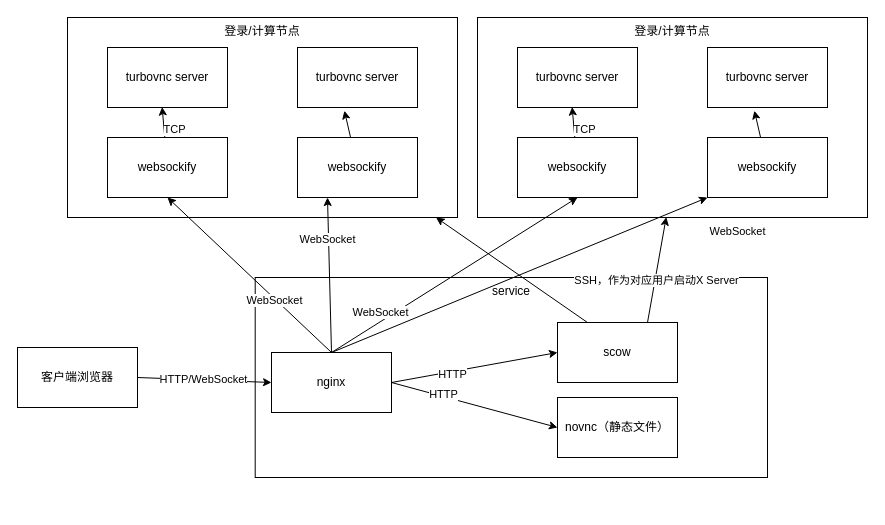
PKUHPC/OpenSCOW keeps this draw.io diagram as docs/diagrams/desktop.dio. Above is the earlier version. Source tidied: cells renumbered, new cells numbered last; positions are measured from the earlier drawing's top-left corner, leaving out a move shared by most shapes. Both pictures are drawn from the tidied source at 100%, with x=0, y=0 at pixel (17, 17).
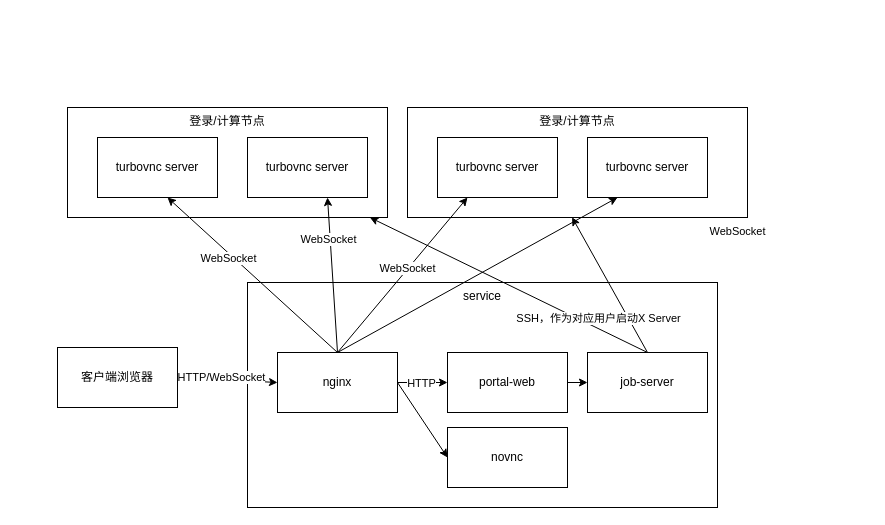
Above is the later version.

The change refers to these unchanged cells:
```xml
<mxCell id="4" style="edgeStyle=none;html=1;exitX=1;exitY=0.5;exitDx=0;exitDy=0;entryX=0;entryY=0.5;entryDx=0;entryDy=0;" parent="1" edge="1" source="6" target="21">
  <mxGeometry relative="1" as="geometry" />
</mxCell>
```

Change to the diagram source:
```diff
@@
     <mxCell id="2" value="service" style="rounded=0;whiteSpace=wrap;html=1;fillColor=none;verticalAlign=top;" parent="1" vertex="1">
-      <mxGeometry x="237.7" y="260" width="512.3" height="200" as="geometry" />
+      <mxGeometry x="230" y="265" width="470" height="225" as="geometry" />
     </mxCell>
     <mxCell id="3" value="登录/计算节点" style="rounded=0;whiteSpace=wrap;html=1;fillColor=none;verticalAlign=top;" parent="1" vertex="1">
-      <mxGeometry x="50" width="390" height="200" as="geometry" />
+      <mxGeometry x="50" y="90" width="320" height="110" as="geometry" />
     </mxCell>
@@
     <mxCell id="5" value="HTTP/WebSocket" style="edgeLabel;html=1;align=center;verticalAlign=middle;" parent="4" vertex="1">
       <mxGeometry x="-0.21" y="-2" relative="1" as="geometry">
-        <mxPoint x="13" y="-2" as="offset" />
+        <mxPoint x="4" y="-4" as="offset" />
       </mxGeometry>
     </mxCell>
     <mxCell id="6" value="客户端浏览器" style="whiteSpace=wrap;html=1;fillColor=none;" parent="1" vertex="1">
-      <mxGeometry y="330" width="120" height="60" as="geometry" />
+      <mxGeometry x="40" y="330" width="120" height="60" as="geometry" />
     </mxCell>
-    <mxCell id="7" style="edgeStyle=none;html=1;entryX=0.455;entryY=0.992;entryDx=0;entryDy=0;entryPerimeter=0;" parent="1" edge="1" source="9" target="22">
-      <mxGeometry relative="1" as="geometry" />
-    </mxCell>
-    <mxCell id="8" value="TCP" style="edgeLabel;html=1;align=center;verticalAlign=middle;" parent="7" vertex="1">
-      <mxGeometry x="-0.29" y="2" relative="1" as="geometry">
-        <mxPoint x="12" y="2" as="offset" />
-      </mxGeometry>
-    </mxCell>
-    <mxCell id="9" value="websockify" style="rounded=0;whiteSpace=wrap;html=1;fillColor=none;" parent="1" vertex="1">
-      <mxGeometry x="90" y="120" width="120" height="60" as="geometry" />
-    </mxCell>
@@
-    <mxCell id="12" style="edgeStyle=none;html=1;exitX=0.5;exitY=0;exitDx=0;exitDy=0;entryX=0.5;entryY=1;entryDx=0;entryDy=0;" parent="1" edge="1" source="21" target="9">
-      <mxGeometry relative="1" as="geometry" />
+    <mxCell id="12" style="edgeStyle=none;html=1;exitX=0.5;exitY=0;exitDx=0;exitDy=0;entryX=0.5;entryY=1;entryDx=0;entryDy=0;" parent="1" edge="1" source="21">
+      <mxGeometry relative="1" as="geometry">
+        <mxPoint x="150" y="180" as="targetPoint" />
+      </mxGeometry>
     </mxCell>
     <mxCell id="13" value="WebSocket" style="edgeLabel;html=1;align=center;verticalAlign=middle;" parent="12" vertex="1">
-      <mxGeometry x="-0.31" y="1" relative="1" as="geometry" />
+      <mxGeometry x="-0.31" y="1" relative="1" as="geometry">
+        <mxPoint x="-50" y="-42" as="offset" />
+      </mxGeometry>
     </mxCell>
-    <mxCell id="14" style="edgeStyle=none;html=1;exitX=0.5;exitY=0;exitDx=0;exitDy=0;entryX=0.5;entryY=1;entryDx=0;entryDy=0;" parent="1" edge="1" source="21" target="34">
+    <mxCell id="14" style="edgeStyle=none;html=1;exitX=0.5;exitY=0;exitDx=0;exitDy=0;entryX=0.25;entryY=1;entryDx=0;entryDy=0;" parent="1" edge="1" source="21" target="36">
       <mxGeometry relative="1" as="geometry" />
     </mxCell>
     <mxCell id="15" value="WebSocket" style="edgeLabel;html=1;align=center;verticalAlign=middle;" parent="14" vertex="1">
       <mxGeometry x="0.15" y="1" relative="1" as="geometry">
-        <mxPoint x="-92" y="49" as="offset" />
+        <mxPoint x="-4" y="5" as="offset" />
       </mxGeometry>
     </mxCell>
-    <mxCell id="16" style="edgeStyle=none;html=1;exitX=1;exitY=0.5;exitDx=0;exitDy=0;entryX=0;entryY=0.5;entryDx=0;entryDy=0;" parent="1" edge="1" source="21" target="27">
-      <mxGeometry relative="1" as="geometry" />
-    </mxCell>
-    <mxCell id="17" value="HTTP" style="edgeLabel;html=1;align=center;verticalAlign=middle;" parent="16" vertex="1">
-      <mxGeometry x="-0.28" y="-2" relative="1" as="geometry" />
-    </mxCell>
-    <mxCell id="18" style="edgeStyle=none;html=1;exitX=0.5;exitY=0;exitDx=0;exitDy=0;entryX=0.25;entryY=1;entryDx=0;entryDy=0;" parent="1" edge="1" source="21" target="30">
-      <mxGeometry relative="1" as="geometry" />
+    <mxCell id="18" style="edgeStyle=none;html=1;exitX=0.5;exitY=0;exitDx=0;exitDy=0;entryX=0.25;entryY=1;entryDx=0;entryDy=0;" parent="1" edge="1" source="21">
+      <mxGeometry relative="1" as="geometry">
+        <mxPoint x="310" y="180" as="targetPoint" />
+      </mxGeometry>
     </mxCell>
@@
-    <mxCell id="20" style="edgeStyle=none;html=1;exitX=0.5;exitY=0;exitDx=0;exitDy=0;entryX=0;entryY=1;entryDx=0;entryDy=0;" parent="1" edge="1" source="21" target="39">
+    <mxCell id="20" style="edgeStyle=none;html=1;exitX=0.5;exitY=0;exitDx=0;exitDy=0;entryX=0.25;entryY=1;entryDx=0;entryDy=0;" parent="1" edge="1" source="21" target="37">
       <mxGeometry relative="1" as="geometry" />
     </mxCell>
+    <mxCell id="40" style="edgeStyle=none;html=1;exitX=1;exitY=0.5;exitDx=0;exitDy=0;entryX=0;entryY=0.5;entryDx=0;entryDy=0;" parent="1" edge="1" source="21" target="43">
+      <mxGeometry relative="1" as="geometry" />
+    </mxCell>
     <mxCell id="21" value="nginx" style="rounded=0;whiteSpace=wrap;html=1;fillColor=none;" parent="1" vertex="1">
-      <mxGeometry x="254" y="335" width="120" height="60" as="geometry" />
+      <mxGeometry x="260" y="335" width="120" height="60" as="geometry" />
     </mxCell>
     <mxCell id="22" value="turbovnc server" style="rounded=0;whiteSpace=wrap;html=1;fillColor=none;" parent="1" vertex="1">
-      <mxGeometry x="90" y="30" width="120" height="60" as="geometry" />
+      <mxGeometry x="80" y="120" width="120" height="60" as="geometry" />
     </mxCell>
+    <mxCell id="41" style="edgeStyle=none;html=1;exitX=1;exitY=0.5;exitDx=0;exitDy=0;entryX=0;entryY=0.5;entryDx=0;entryDy=0;" parent="1" edge="1" source="23" target="42">
+      <mxGeometry relative="1" as="geometry" />
+    </mxCell>
-    <mxCell id="23" value="novnc（静态文件）" style="rounded=0;whiteSpace=wrap;html=1;fillColor=none;" parent="1" vertex="1">
-      <mxGeometry x="540" y="380" width="120" height="60" as="geometry" />
+    <mxCell id="23" value="portal-web" style="rounded=0;whiteSpace=wrap;html=1;fillColor=none;" parent="1" vertex="1">
+      <mxGeometry x="430" y="335" width="120" height="60" as="geometry" />
     </mxCell>
-    <mxCell id="24" style="edgeStyle=none;html=1;exitX=0.25;exitY=0;exitDx=0;exitDy=0;entryX=0.945;entryY=1;entryDx=0;entryDy=0;entryPerimeter=0;" parent="1" edge="1" source="27" target="3">
+    <mxCell id="24" style="edgeStyle=none;html=1;exitX=0.5;exitY=0;exitDx=0;exitDy=0;entryX=0.945;entryY=1;entryDx=0;entryDy=0;entryPerimeter=0;" parent="1" edge="1" source="42" target="3">
       <mxGeometry relative="1" as="geometry" />
     </mxCell>
-    <mxCell id="25" style="edgeStyle=none;html=1;exitX=0.75;exitY=0;exitDx=0;exitDy=0;entryX=0.484;entryY=0.998;entryDx=0;entryDy=0;entryPerimeter=0;" parent="1" edge="1" source="27" target="31">
+    <mxCell id="25" style="edgeStyle=none;html=1;exitX=0.5;exitY=0;exitDx=0;exitDy=0;entryX=0.484;entryY=0.998;entryDx=0;entryDy=0;entryPerimeter=0;" parent="1" edge="1" source="42" target="31">
       <mxGeometry relative="1" as="geometry" />
     </mxCell>
     <mxCell id="26" value="SSH，作为对应用户启动X Server" style="edgeLabel;html=1;align=center;verticalAlign=middle;" parent="25" vertex="1">
-      <mxGeometry x="-0.19" y="-1" relative="1" as="geometry" />
+      <mxGeometry x="-0.19" y="-1" relative="1" as="geometry">
+        <mxPoint x="-20" y="21" as="offset" />
+      </mxGeometry>
     </mxCell>
-    <mxCell id="27" value="scow" style="rounded=0;whiteSpace=wrap;html=1;fillColor=none;" parent="1" vertex="1">
-      <mxGeometry x="540" y="305" width="120" height="60" as="geometry" />
-    </mxCell>
     <mxCell id="28" value="turbovnc server" style="rounded=0;whiteSpace=wrap;html=1;fillColor=none;" parent="1" vertex="1">
-      <mxGeometry x="280" y="30" width="120" height="60" as="geometry" />
+      <mxGeometry x="230" y="120" width="120" height="60" as="geometry" />
     </mxCell>
-    <mxCell id="29" style="edgeStyle=none;html=1;entryX=0.391;entryY=1.054;entryDx=0;entryDy=0;entryPerimeter=0;" parent="1" edge="1" source="30" target="28">
-      <mxGeometry relative="1" as="geometry" />
-    </mxCell>
-    <mxCell id="30" value="websockify" style="rounded=0;whiteSpace=wrap;html=1;fillColor=none;" parent="1" vertex="1">
-      <mxGeometry x="280" y="120" width="120" height="60" as="geometry" />
-    </mxCell>
     <mxCell id="31" value="登录/计算节点" style="rounded=0;whiteSpace=wrap;html=1;fillColor=none;verticalAlign=top;" parent="1" vertex="1">
-      <mxGeometry x="460" width="390" height="200" as="geometry" />
+      <mxGeometry x="390" y="90" width="340" height="110" as="geometry" />
     </mxCell>
-    <mxCell id="32" style="edgeStyle=none;html=1;entryX=0.455;entryY=0.992;entryDx=0;entryDy=0;entryPerimeter=0;" parent="1" edge="1" source="34" target="36">
-      <mxGeometry relative="1" as="geometry" />
-    </mxCell>
-    <mxCell id="33" value="TCP" style="edgeLabel;html=1;align=center;verticalAlign=middle;" parent="32" vertex="1">
-      <mxGeometry x="-0.29" y="2" relative="1" as="geometry">
-        <mxPoint x="12" y="2" as="offset" />
-      </mxGeometry>
-    </mxCell>
-    <mxCell id="34" value="websockify" style="rounded=0;whiteSpace=wrap;html=1;fillColor=none;" parent="1" vertex="1">
-      <mxGeometry x="500" y="120" width="120" height="60" as="geometry" />
-    </mxCell>
@@
     <mxCell id="36" value="turbovnc server" style="rounded=0;whiteSpace=wrap;html=1;fillColor=none;" parent="1" vertex="1">
-      <mxGeometry x="500" y="30" width="120" height="60" as="geometry" />
+      <mxGeometry x="420" y="120" width="120" height="60" as="geometry" />
     </mxCell>
     <mxCell id="37" value="turbovnc server" style="rounded=0;whiteSpace=wrap;html=1;fillColor=none;" parent="1" vertex="1">
-      <mxGeometry x="690" y="30" width="120" height="60" as="geometry" />
+      <mxGeometry x="570" y="120" width="120" height="60" as="geometry" />
     </mxCell>
-    <mxCell id="38" style="edgeStyle=none;html=1;entryX=0.391;entryY=1.054;entryDx=0;entryDy=0;entryPerimeter=0;" parent="1" edge="1" source="39" target="37">
-      <mxGeometry relative="1" as="geometry" />
-    </mxCell>
-    <mxCell id="39" value="websockify" style="rounded=0;whiteSpace=wrap;html=1;fillColor=none;" parent="1" vertex="1">
-      <mxGeometry x="690" y="120" width="120" height="60" as="geometry" />
-    </mxCell>
+    <mxCell id="42" value="job-server" style="rounded=0;whiteSpace=wrap;html=1;fillColor=none;" parent="1" vertex="1">
+      <mxGeometry x="570" y="335" width="120" height="60" as="geometry" />
+    </mxCell>
+    <mxCell id="43" value="novnc" style="rounded=0;whiteSpace=wrap;html=1;fillColor=none;" parent="1" vertex="1">
+      <mxGeometry x="430" y="410" width="120" height="60" as="geometry" />
+    </mxCell>
```
